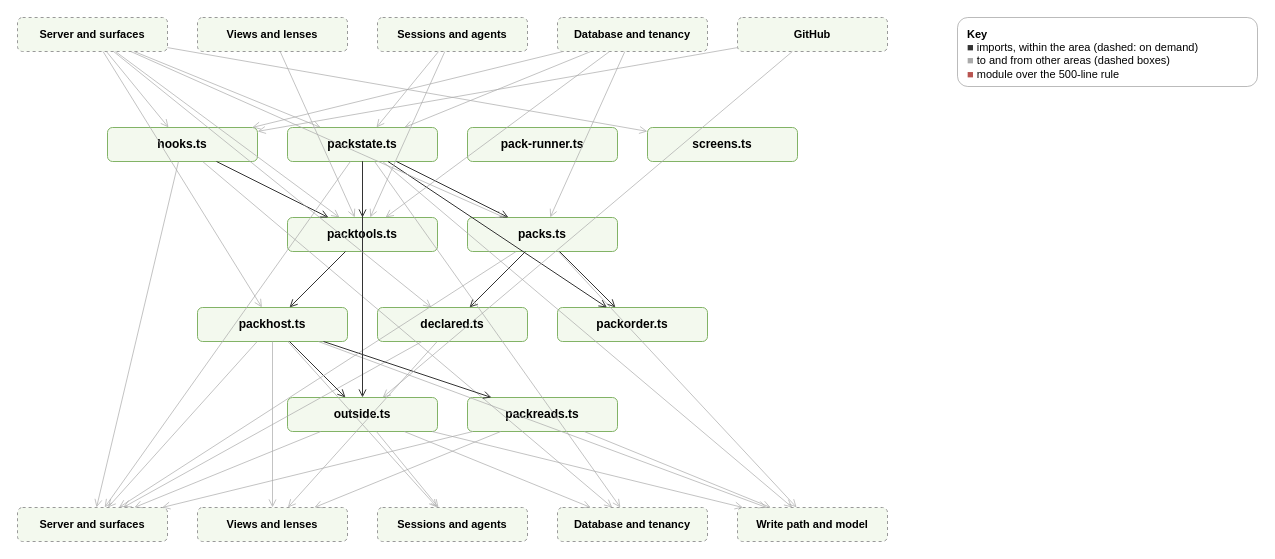
Earlier version of the draw.io diagram page "Server: Packs" (4 of 22) of docs/diagrams/modules.drawio (AlexReiner98/archipelago). Source tidied: cells renumbered, new cells numbered last; positions are measured from the earlier drawing's top-left corner, leaving out a move shared by most shapes. Both pictures are drawn from the tidied source at 100%, with x=0, y=0 at pixel (17, 17).
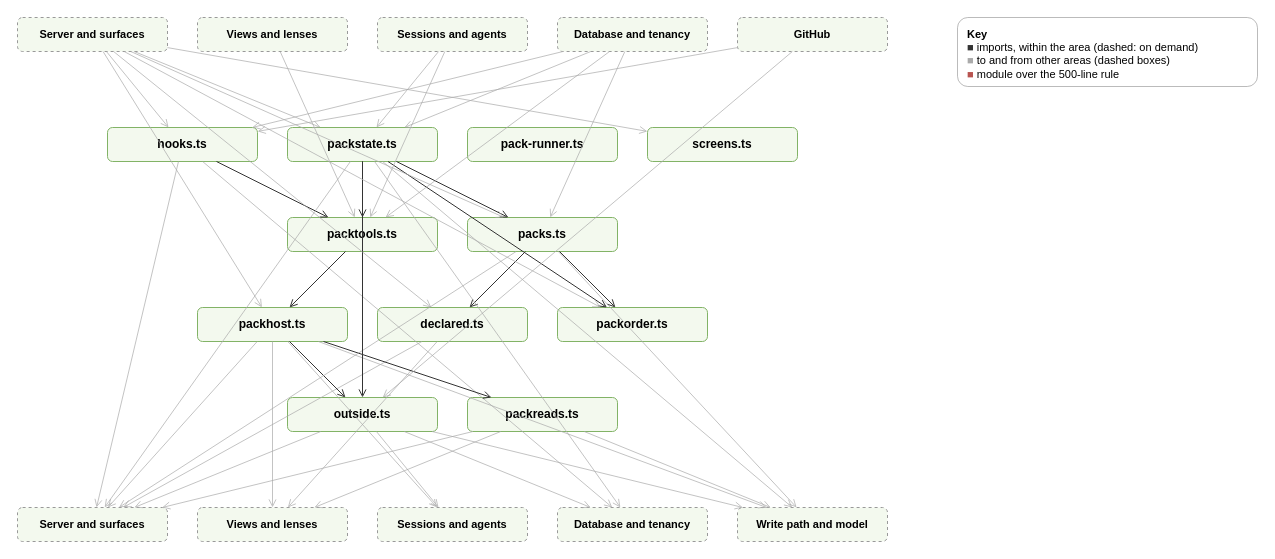
After the change.

Unchanged cells that the change refers to:
```xml
<mxCell id="2" value="&lt;b&gt;Server and surfaces&lt;/b&gt;" style="rounded=1;html=1;whiteSpace=wrap;dashed=1;fontSize=11;fillColor=#f3f9ee;strokeColor=#999999;" parent="1" vertex="1">
  <mxGeometry width="150" height="34" as="geometry" />
</mxCell>
<mxCell id="11" value="packtools.ts" style="rounded=1;html=1;whiteSpace=wrap;fontSize=12;fontStyle=1;fillColor=#f3f9ee;strokeColor=#82b366;" parent="1" vertex="1">
  <mxGeometry x="270" y="200" width="150" height="34" as="geometry" />
</mxCell>
<mxCell id="15" value="packorder.ts" style="rounded=1;html=1;whiteSpace=wrap;fontSize=12;fontStyle=1;fillColor=#f3f9ee;strokeColor=#82b366;" parent="1" vertex="1">
  <mxGeometry x="540" y="290" width="150" height="34" as="geometry" />
</mxCell>
```

Change to the diagram source:
```diff
@@
+    <mxCell id="70" style="html=1;endArrow=open;strokeColor=#aaaaaa;dashed=0;opacity=70;" parent="1" edge="1" source="2" target="15">
+      <mxGeometry relative="1" as="geometry" />
+    </mxCell>
@@
-    <mxCell id="59" style="html=1;endArrow=open;strokeColor=#aaaaaa;dashed=0;opacity=70;" parent="1" edge="1" source="2" target="11">
-      <mxGeometry relative="1" as="geometry" />
-    </mxCell>
```
